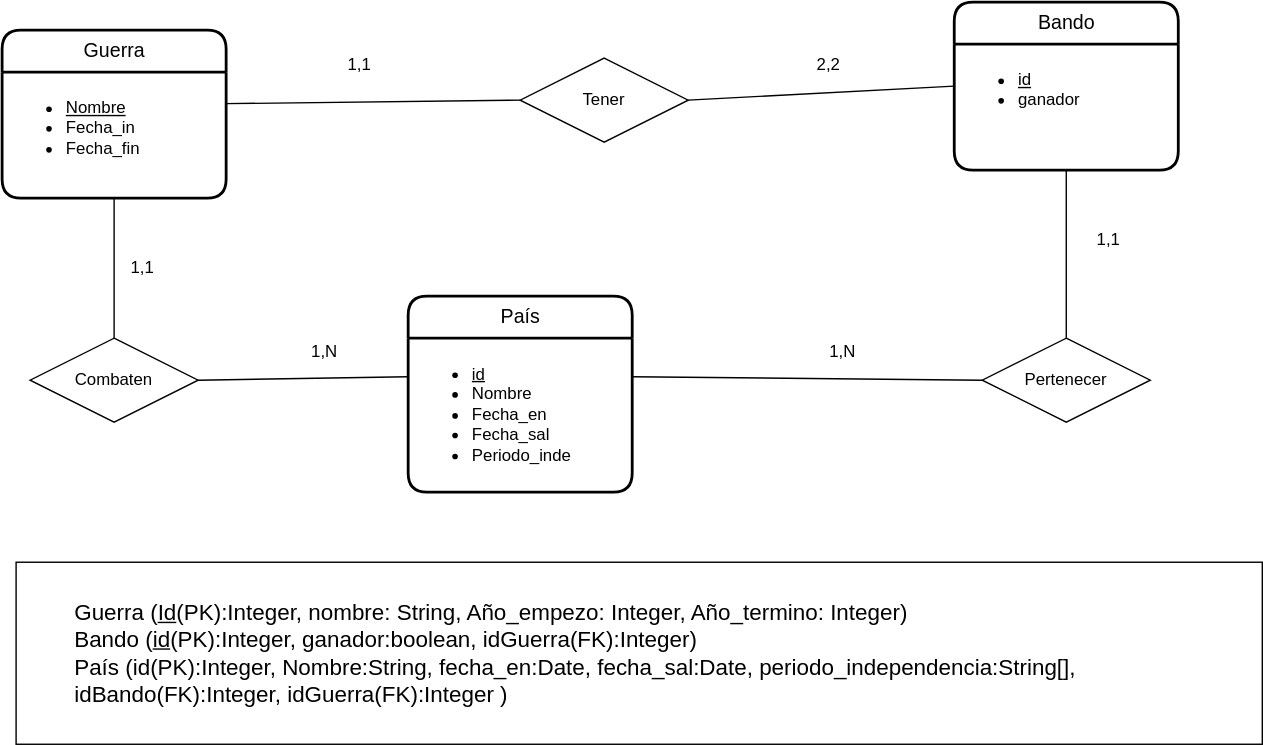
Earlier version of the draw.io export UD12-04.svg (Jimxx22/C3-UD11-UML). Source tidied: cells renumbered, new cells last; positions are measured from the earlier drawing's top-left corner, leaving out a move shared by most shapes.
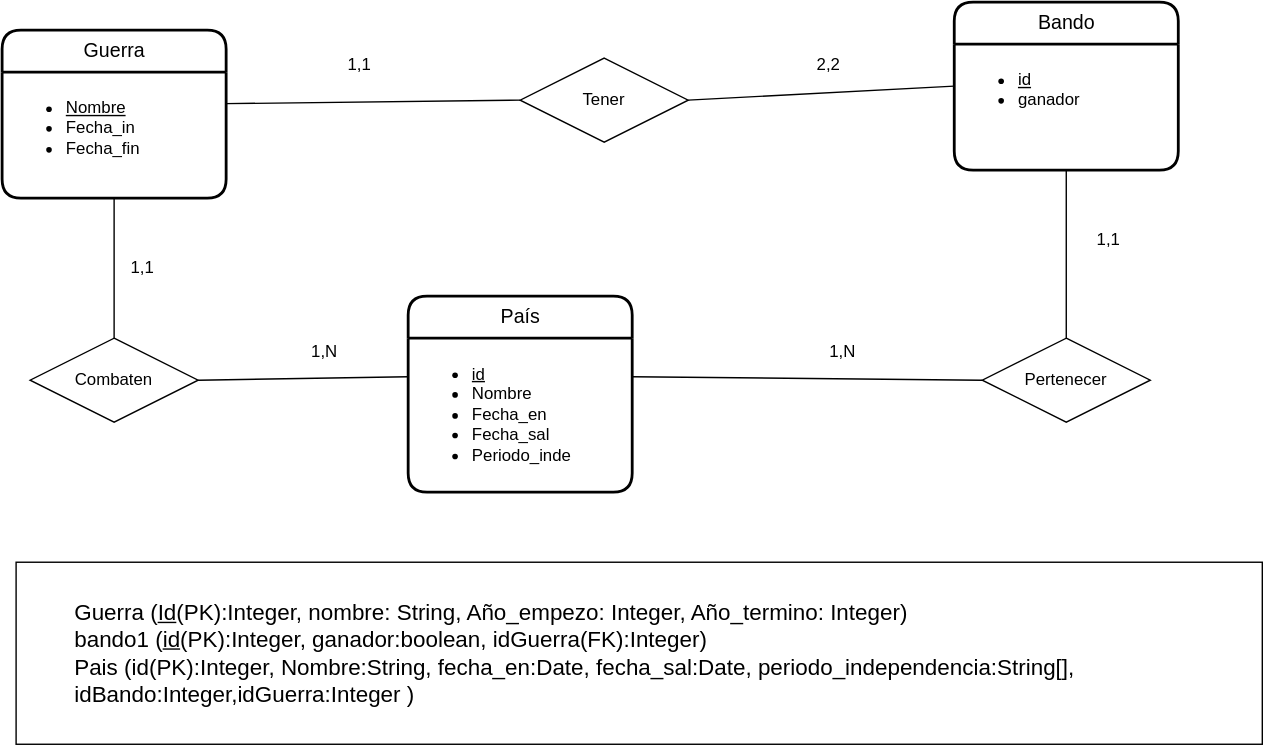
The same file after the commit.

What changed in the source:
```diff
@@ -65,7 +65,7 @@
     <mxCell id="22" value="1,N" style="text;html=1;align=center;verticalAlign=middle;strokeColor=none;fillColor=none;" parent="1" vertex="1">
       <mxGeometry x="580" y="235" width="40" height="30" as="geometry" />
     </mxCell>
-    <mxCell id="23" value="&lt;blockquote style=&quot;margin: 0 0 0 40px; border: none; padding: 0px;&quot;&gt;&lt;div style=&quot;font-size: 16px;&quot;&gt;&lt;font style=&quot;font-size: 16px;&quot;&gt;Guerra (&lt;u style=&quot;&quot;&gt;Id&lt;/u&gt;(PK):Integer, nombre: String, Año_empezo: Integer, Año_termino: Integer)&lt;/font&gt;&lt;/div&gt;&lt;div style=&quot;font-size: 16px;&quot;&gt;&lt;font style=&quot;font-size: 16px;&quot;&gt;Bando (&lt;u&gt;id&lt;/u&gt;(PK):Integer, ganador:boolean, idGuerra(FK):Integer)&lt;/font&gt;&lt;/div&gt;&lt;div style=&quot;font-size: 16px;&quot;&gt;&lt;font style=&quot;font-size: 16px;&quot;&gt;País (id(PK):&lt;/font&gt;&lt;font style=&quot;font-size: 16px;&quot;&gt;&lt;font style=&quot;font-size: 16px;&quot;&gt;Integer&lt;/font&gt;, Nombre:&lt;/font&gt;&lt;font style=&quot;font-size: 16px;&quot;&gt;&lt;font style=&quot;font-size: 16px;&quot;&gt;String&lt;/font&gt;, fecha_en:&lt;/font&gt;&lt;font style=&quot;font-size: 16px;&quot;&gt;&lt;font style=&quot;font-size: 16px;&quot;&gt;Date&lt;/font&gt;, fecha_sal:&lt;/font&gt;&lt;font style=&quot;font-size: 16px;&quot;&gt;&lt;font style=&quot;font-size: 16px;&quot;&gt;Date&lt;/font&gt;, periodo_independencia:&lt;/font&gt;&lt;font style=&quot;font-size: 16px;&quot;&gt;&lt;font style=&quot;font-size: 16px;&quot;&gt;String[], idBando(FK):Integer, idGuerra(FK):Integer &lt;/font&gt;)&lt;/font&gt;&lt;/div&gt;&lt;/blockquote&gt;" style="rounded=0;whiteSpace=wrap;html=1;align=left;" parent="1" vertex="1">
+    <mxCell id="23" value="&lt;blockquote style=&quot;margin: 0 0 0 40px; border: none; padding: 0px;&quot;&gt;&lt;div style=&quot;font-size: 16px;&quot;&gt;&lt;font style=&quot;font-size: 16px;&quot;&gt;Guerra (&lt;u style=&quot;&quot;&gt;Id&lt;/u&gt;(PK):Integer, nombre: String, Año_empezo: Integer, Año_termino: Integer)&lt;/font&gt;&lt;/div&gt;&lt;div style=&quot;font-size: 16px;&quot;&gt;&lt;font style=&quot;font-size: 16px;&quot;&gt;bando1 (&lt;u&gt;id&lt;/u&gt;(PK):Integer, ganador:boolean, idGuerra(FK):Integer)&lt;/font&gt;&lt;/div&gt;&lt;div style=&quot;font-size: 16px;&quot;&gt;&lt;font style=&quot;font-size: 16px;&quot;&gt;Pais (id(PK):&lt;/font&gt;&lt;font style=&quot;font-size: 16px;&quot;&gt;&lt;font style=&quot;font-size: 16px;&quot;&gt;Integer&lt;/font&gt;, Nombre:&lt;/font&gt;&lt;font style=&quot;font-size: 16px;&quot;&gt;&lt;font style=&quot;font-size: 16px;&quot;&gt;String&lt;/font&gt;, fecha_en:&lt;/font&gt;&lt;font style=&quot;font-size: 16px;&quot;&gt;&lt;font style=&quot;font-size: 16px;&quot;&gt;Date&lt;/font&gt;, fecha_sal:&lt;/font&gt;&lt;font style=&quot;font-size: 16px;&quot;&gt;&lt;font style=&quot;font-size: 16px;&quot;&gt;Date&lt;/font&gt;, periodo_independencia:&lt;/font&gt;&lt;font style=&quot;font-size: 16px;&quot;&gt;&lt;font style=&quot;font-size: 16px;&quot;&gt;String[], idBando:Integer,idGuerra:Integer &lt;/font&gt;)&lt;/font&gt;&lt;/div&gt;&lt;/blockquote&gt;" style="rounded=0;whiteSpace=wrap;html=1;align=left;" parent="1" vertex="1">
       <mxGeometry x="10" y="400" width="890" height="130" as="geometry" />
     </mxCell>
   </root>
```
